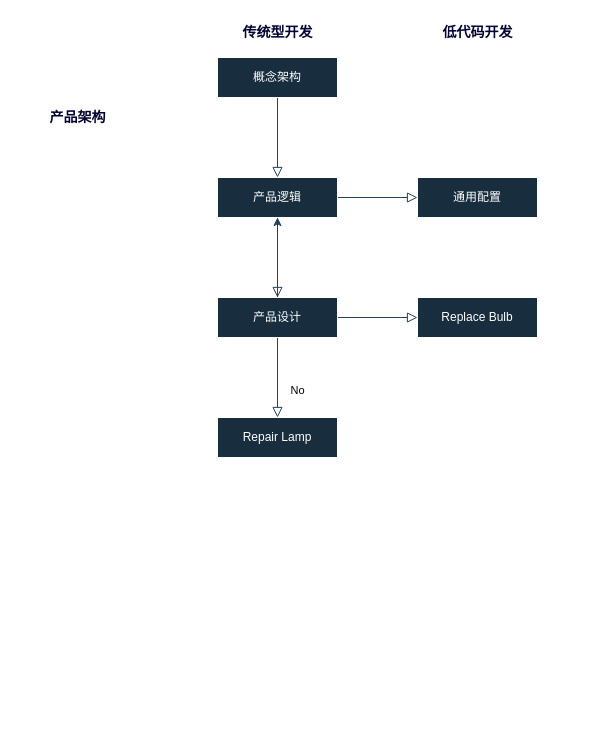
zy380196088/draw-workspace keeps this draw.io diagram as 低代码与传统模式开发流程差异.drawio. Above is the earlier version. Source tidied: cells renumbered, new cells numbered last; positions are measured from the earlier drawing's top-left corner, leaving out a move shared by most shapes. Both pictures are drawn from the tidied source at 100%, with x=0, y=0 at pixel (17, 17).
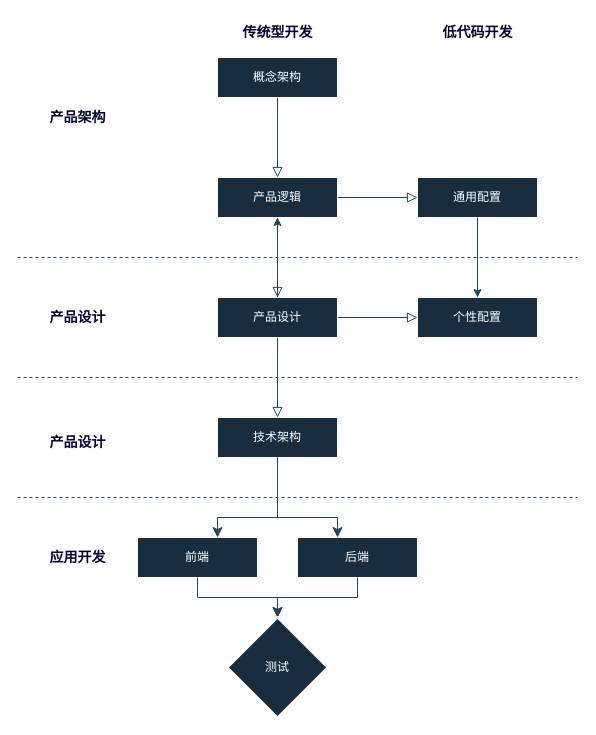
The same page after the edit.

Commit message (it also covers changes not shown here):
更新低代码与传统模式开发流程差异.drawio

The change refers to these unchanged cells:
```xml
<mxCell id="6" value="通用配置" style="rounded=0;whiteSpace=wrap;html=1;fontSize=12;glass=0;strokeWidth=1;shadow=0;labelBackgroundColor=none;fillColor=#182E3E;strokeColor=#FFFFFF;fontColor=#FFFFFF;" parent="1" vertex="1">
  <mxGeometry x="400" y="160" width="120" height="40" as="geometry" />
</mxCell>
<mxCell id="14" value="产品设计" style="rounded=0;whiteSpace=wrap;html=1;labelBackgroundColor=none;fillColor=#182E3E;strokeColor=#FFFFFF;fontColor=#FFFFFF;" parent="1" vertex="1">
  <mxGeometry x="200" y="280" width="120" height="40" as="geometry" />
</mxCell>
```

What changed in the source:
```diff
@@
-    <mxCell id="7" value="No" style="rounded=0;html=1;jettySize=auto;fontSize=11;endArrow=block;endFill=0;endSize=8;strokeWidth=1;shadow=0;labelBackgroundColor=none;edgeStyle=orthogonalEdgeStyle;exitX=0.5;exitY=1;exitDx=0;exitDy=0;fontColor=default;strokeColor=#23445D;" parent="1" edge="1" source="14" target="9">
+    <mxCell id="7" style="rounded=0;html=1;jettySize=auto;fontSize=11;endArrow=block;endFill=0;endSize=8;strokeWidth=1;shadow=0;labelBackgroundColor=none;edgeStyle=orthogonalEdgeStyle;exitX=0.5;exitY=1;exitDx=0;exitDy=0;fontColor=default;strokeColor=#23445D;" parent="1" edge="1" source="14" target="9">
       <mxGeometry x="0.33" y="20" relative="1" as="geometry" />
     </mxCell>
@@
-    <mxCell id="9" value="Repair Lamp" style="rounded=0;whiteSpace=wrap;html=1;fontSize=12;glass=0;strokeWidth=1;shadow=0;labelBackgroundColor=none;fillColor=#182E3E;strokeColor=#FFFFFF;fontColor=#FFFFFF;" parent="1" vertex="1">
+    <mxCell id="9" value="技术架构" style="rounded=0;whiteSpace=wrap;html=1;fontSize=12;glass=0;strokeWidth=1;shadow=0;labelBackgroundColor=none;fillColor=#182E3E;strokeColor=#FFFFFF;fontColor=#FFFFFF;" parent="1" vertex="1">
       <mxGeometry x="200" y="400" width="120" height="40" as="geometry" />
     </mxCell>
-    <mxCell id="10" value="Replace Bulb" style="rounded=0;whiteSpace=wrap;html=1;fontSize=12;glass=0;strokeWidth=1;shadow=0;labelBackgroundColor=none;fillColor=#182E3E;strokeColor=#FFFFFF;fontColor=#FFFFFF;" parent="1" vertex="1">
+    <mxCell id="10" value="个性配置" style="rounded=0;whiteSpace=wrap;html=1;fontSize=12;glass=0;strokeWidth=1;shadow=0;labelBackgroundColor=none;fillColor=#182E3E;strokeColor=#FFFFFF;fontColor=#FFFFFF;" parent="1" vertex="1">
       <mxGeometry x="400" y="280" width="120" height="40" as="geometry" />
     </mxCell>
@@
+    <mxCell id="17" style="endArrow=none;dashed=1;html=1;rounded=0;strokeColor=#23445D;" parent="1" edge="1">
+      <mxGeometry relative="1" as="geometry">
+        <mxPoint y="240" as="sourcePoint" />
+        <mxPoint x="560" y="240" as="targetPoint" />
+      </mxGeometry>
+    </mxCell>
+    <mxCell id="18" style="endArrow=none;dashed=1;html=1;rounded=0;strokeColor=#23445D;" parent="1" edge="1">
+      <mxGeometry relative="1" as="geometry">
+        <mxPoint y="360" as="sourcePoint" />
+        <mxPoint x="560" y="360" as="targetPoint" />
+      </mxGeometry>
+    </mxCell>
+    <mxCell id="19" value="产品设计" style="text;strokeColor=none;align=center;fillColor=none;html=1;verticalAlign=middle;rounded=0;fontSize=14;fontStyle=1;labelBackgroundColor=default;fontColor=#000333;labelBorderColor=none;textShadow=0;" parent="1" vertex="1">
+      <mxGeometry y="280" width="120" height="40" as="geometry" />
+    </mxCell>
+    <mxCell id="20" value="产品设计" style="text;strokeColor=none;align=center;fillColor=none;html=1;verticalAlign=middle;rounded=0;fontSize=14;fontStyle=1;labelBackgroundColor=default;fontColor=#000333;labelBorderColor=none;textShadow=0;" parent="1" vertex="1">
+      <mxGeometry y="405" width="120" height="40" as="geometry" />
+    </mxCell>
+    <mxCell id="21" value="应用开发" style="text;strokeColor=none;align=center;fillColor=none;html=1;verticalAlign=middle;rounded=0;fontSize=14;fontStyle=1;labelBackgroundColor=default;fontColor=#000333;labelBorderColor=none;textShadow=0;" parent="1" vertex="1">
+      <mxGeometry y="520" width="120" height="40" as="geometry" />
+    </mxCell>
+    <mxCell id="22" style="endArrow=none;dashed=1;html=1;rounded=0;strokeColor=#23445D;" parent="1" edge="1">
+      <mxGeometry relative="1" as="geometry">
+        <mxPoint y="480" as="sourcePoint" />
+        <mxPoint x="560" y="480" as="targetPoint" />
+      </mxGeometry>
+    </mxCell>
+    <mxCell id="23" style="edgeStyle=elbowEdgeStyle;elbow=vertical;endArrow=classic;html=1;curved=0;rounded=0;endSize=8;startSize=8;strokeColor=#23445D;exitX=0.5;exitY=1;exitDx=0;exitDy=0;" parent="1" edge="1" source="9">
+      <mxGeometry relative="1" as="geometry">
+        <mxPoint x="200" y="520" as="targetPoint" />
+        <Array as="points">
+          <mxPoint x="240" y="500" />
+        </Array>
+      </mxGeometry>
+    </mxCell>
+    <mxCell id="24" style="edgeStyle=elbowEdgeStyle;elbow=vertical;endArrow=classic;html=1;curved=0;rounded=0;endSize=8;startSize=8;strokeColor=#23445D;exitX=0.5;exitY=1;exitDx=0;exitDy=0;" parent="1" edge="1" source="9">
+      <mxGeometry relative="1" as="geometry">
+        <mxPoint x="320" y="520" as="targetPoint" />
+        <Array as="points">
+          <mxPoint x="310" y="500" />
+        </Array>
+      </mxGeometry>
+    </mxCell>
+    <mxCell id="25" value="前端" style="rounded=0;whiteSpace=wrap;html=1;strokeColor=#FFFFFF;fontColor=#FFFFFF;fillColor=#182E3E;" parent="1" vertex="1">
+      <mxGeometry x="120" y="520" width="120" height="40" as="geometry" />
+    </mxCell>
+    <mxCell id="26" value="后端" style="rounded=0;whiteSpace=wrap;html=1;strokeColor=#FFFFFF;fontColor=#FFFFFF;fillColor=#182E3E;" parent="1" vertex="1">
+      <mxGeometry x="280" y="520" width="120" height="40" as="geometry" />
+    </mxCell>
+    <mxCell id="27" style="edgeStyle=elbowEdgeStyle;elbow=vertical;endArrow=classic;html=1;curved=0;rounded=0;endSize=8;startSize=8;strokeColor=#23445D;exitX=0.5;exitY=1;exitDx=0;exitDy=0;" parent="1" edge="1" source="25">
+      <mxGeometry relative="1" as="geometry">
+        <mxPoint x="260" y="600" as="targetPoint" />
+        <Array as="points">
+          <mxPoint x="210" y="580" />
+        </Array>
+      </mxGeometry>
+    </mxCell>
+    <mxCell id="28" style="edgeStyle=elbowEdgeStyle;elbow=vertical;endArrow=classic;html=1;curved=0;rounded=0;endSize=8;startSize=8;strokeColor=#23445D;exitX=0.5;exitY=1;exitDx=0;exitDy=0;" parent="1" edge="1" source="26">
+      <mxGeometry relative="1" as="geometry">
+        <mxPoint x="260" y="600" as="targetPoint" />
+      </mxGeometry>
+    </mxCell>
+    <mxCell id="29" value="测试" style="strokeWidth=2;html=1;shape=mxgraph.flowchart.decision;whiteSpace=wrap;strokeColor=#FFFFFF;fontColor=#FFFFFF;fillColor=#182E3E;" parent="1" vertex="1">
+      <mxGeometry x="210" y="600" width="100" height="100" as="geometry" />
+    </mxCell>
+    <mxCell id="30" style="endArrow=classic;html=1;rounded=0;strokeColor=#23445D;exitX=0.5;exitY=1;exitDx=0;exitDy=0;" parent="1" edge="1" source="6">
+      <mxGeometry relative="1" as="geometry">
+        <mxPoint x="460" y="280" as="targetPoint" />
+      </mxGeometry>
+    </mxCell>
```
